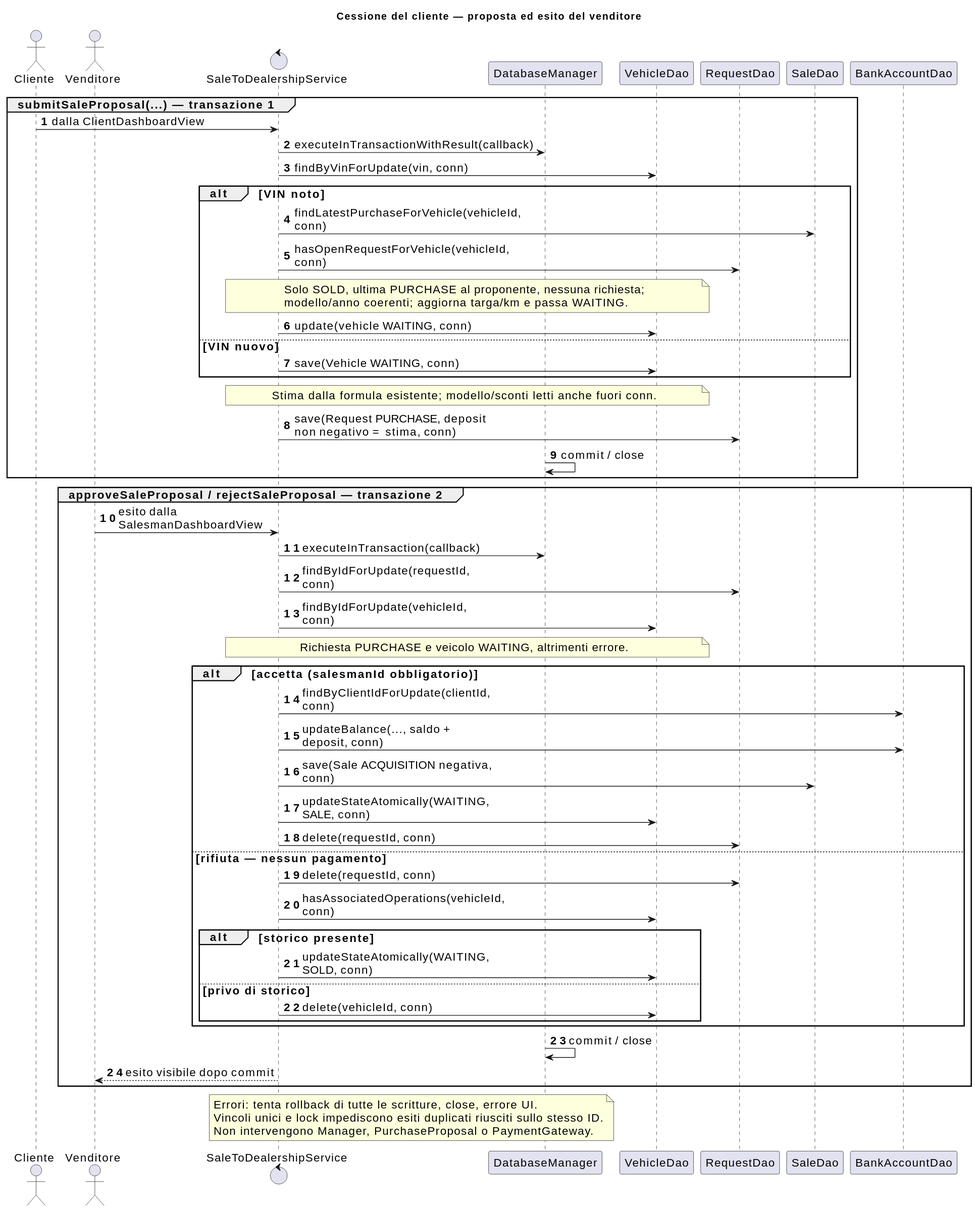
The PlantUML diagram docs/diagrams/current/sequence-purchase-proposal-approval.svg in fededamo/DriveHub, before a commit.
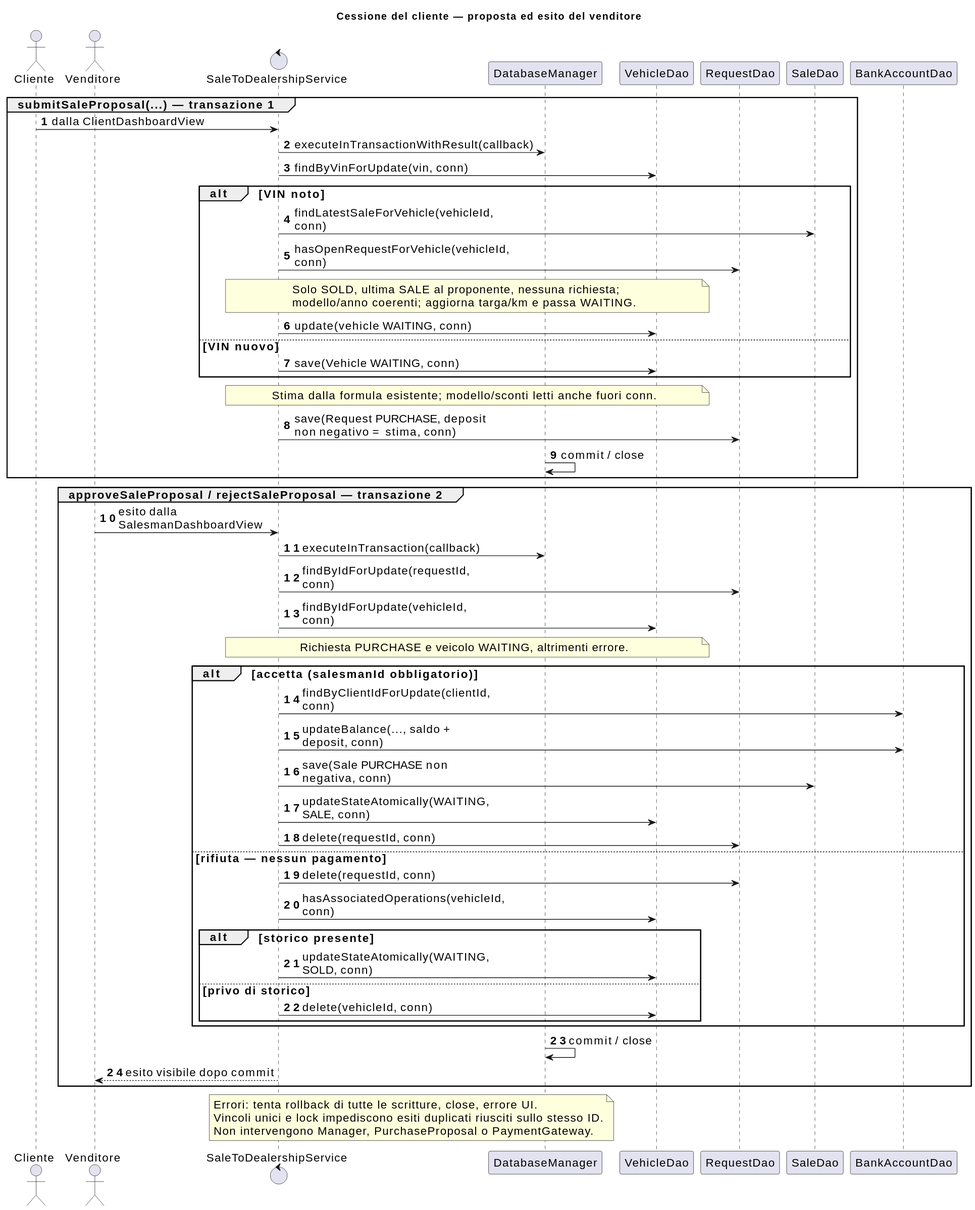
Above is the later version.

Change to the diagram source:
```diff
@@ -17,10 +17,10 @@
 service -> db : executeInTransactionWithResult(callback)
 service -> vehicle : findByVinForUpdate(vin, conn)
 alt VIN noto
-service -> sale : findLatestPurchaseForVehicle(vehicleId, conn)
+service -> sale : findLatestSaleForVehicle(vehicleId, conn)
 service -> request : hasOpenRequestForVehicle(vehicleId, conn)
 note over service,vehicle
-  Solo SOLD, ultima PURCHASE al proponente, nessuna richiesta;
+  Solo SOLD, ultima SALE al proponente, nessuna richiesta;
   modello/anno coerenti; aggiorna targa/km e passa WAITING.
 end note
 service -> vehicle : update(vehicle WAITING, conn)
@@ -40,7 +40,7 @@
 alt accetta (salesmanId obbligatorio)
 service -> account : findByClientIdForUpdate(clientId, conn)
 service -> account : updateBalance(..., saldo + deposit, conn)
-service -> sale : save(Sale ACQUISITION negativa, conn)
+service -> sale : save(Sale PURCHASE non negativa, conn)
 service -> vehicle : updateStateAtomically(WAITING, SALE, conn)
 service -> request : delete(requestId, conn)
 else rifiuta — nessun pagamento
```
